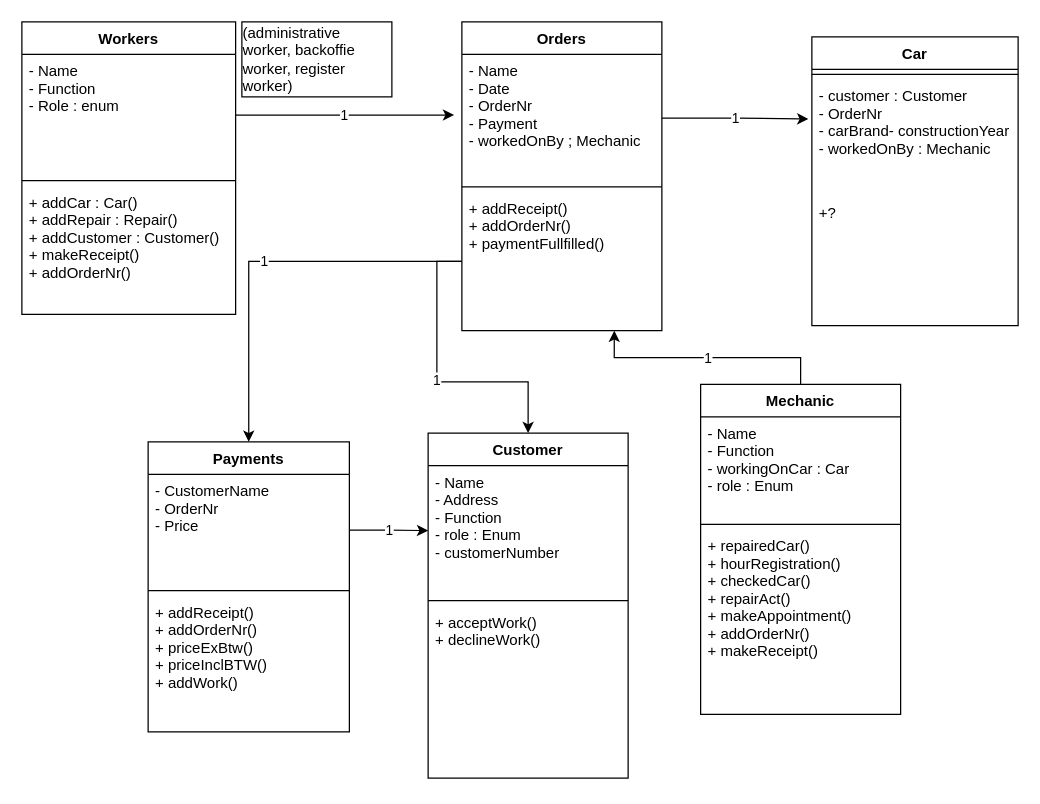
Before: uml zooi/Untitled Diagram.drawio in sp5der300/sdGarageOpdracht, a draw.io diagram. Source tidied: cells renumbered, new cells numbered last; positions are measured from the earlier drawing's top-left corner, leaving out a move shared by most shapes. Both pictures are drawn from the tidied source at 125%, with x=0, y=0 at pixel (21, 21).
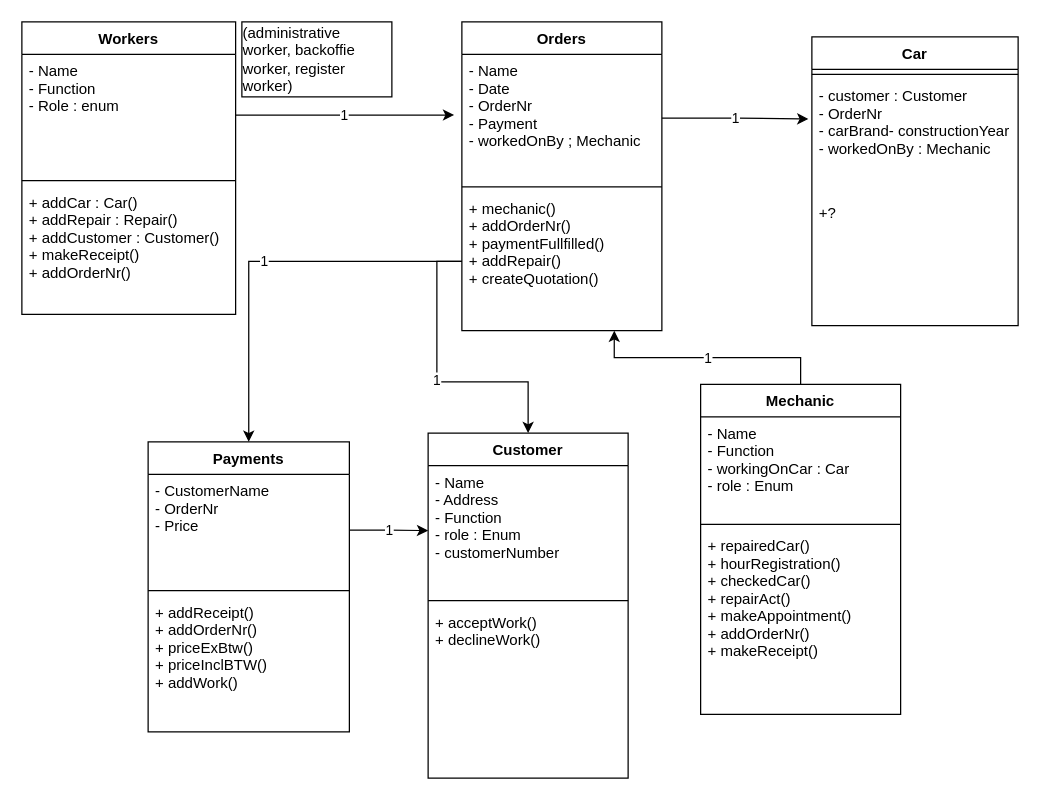
The same page after the edit.

Unchanged cells that the change refers to:
```xml
<mxCell id="19" value="Orders" style="swimlane;fontStyle=1;align=center;verticalAlign=top;horizontal=1;startSize=26;" parent="1" vertex="1">
  <mxGeometry x="352" width="160" height="247" as="geometry" />
</mxCell>
```

What changed in the source:
```diff
@@
-    <mxCell id="22" value="+ addReceipt()&#10;+ addOrderNr()&#10;+ paymentFullfilled()&#10;" style="text;strokeColor=none;fillColor=none;align=left;verticalAlign=top;spacingLeft=4;spacingRight=4;overflow=hidden;points=[[0,0.5],[1,0.5]];portConstraint=eastwest;" parent="19" vertex="1">
+    <mxCell id="22" value="+ mechanic()&#10;+ addOrderNr()&#10;+ paymentFullfilled()&#10;+ addRepair()&#10;+ createQuotation()&#10;&#10;" style="text;strokeColor=none;fillColor=none;align=left;verticalAlign=top;spacingLeft=4;spacingRight=4;overflow=hidden;points=[[0,0.5],[1,0.5]];portConstraint=eastwest;" parent="19" vertex="1">
       <mxGeometry y="136" width="160" height="111" as="geometry" />
     </mxCell>
```
